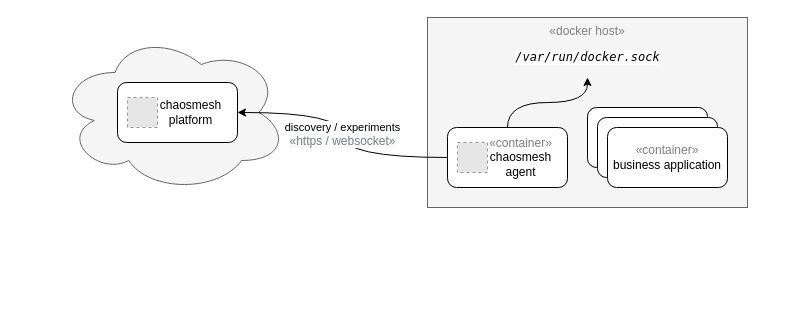
This is content/learn/10-architecture.drawio from steadybit/docs-public, a draw.io file, before an edit. Source tidied: cells renumbered, new cells numbered last; positions are measured from the earlier drawing's top-left corner, leaving out a move shared by most shapes. Both pictures are drawn from the tidied source at 100%, with x=0, y=0 at pixel (57, 17). Pictures stored in the file or linked from it are replaced by grey dashed boxes.
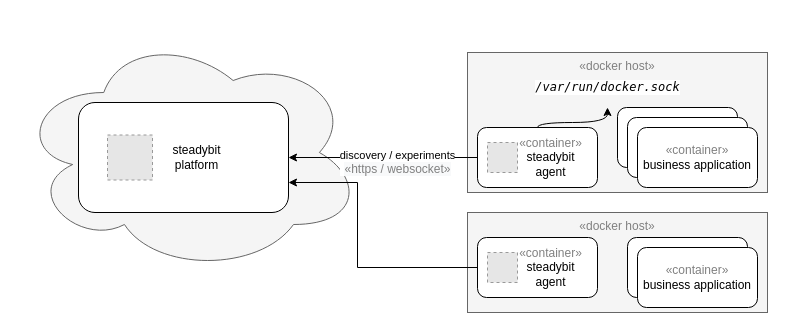
Above is the later version.

The edit, as a diff of the source:
```diff
@@
     <mxCell id="2" value="&lt;font color=&quot;#808080&quot;&gt;«docker host»&lt;/font&gt;" style="rounded=0;whiteSpace=wrap;html=1;fillColor=#f5f5f5;strokeColor=#666666;fontColor=#333333;align=center;verticalAlign=top;" parent="1" vertex="1">
-      <mxGeometry x="370" width="320" height="190" as="geometry" />
+      <mxGeometry x="410" y="35" width="300" height="140" as="geometry" />
     </mxCell>
     <mxCell id="3" style="ellipse;shape=cloud;whiteSpace=wrap;html=1;fillColor=#f5f5f5;strokeColor=#666666;fontColor=#333333;" parent="1" vertex="1">
-      <mxGeometry y="15" width="230" height="160" as="geometry" />
+      <mxGeometry x="-40" y="15" width="345" height="240" as="geometry" />
     </mxCell>
     <mxCell id="4" style="group;" parent="1" vertex="1">
-      <mxGeometry x="60" y="65" width="120" height="60" as="geometry" />
+      <mxGeometry x="20" y="80" width="210" height="110" as="geometry" />
     </mxCell>
-    <mxCell id="5" value="chaosmesh&lt;br&gt;platform" style="rounded=1;whiteSpace=wrap;html=1;spacingLeft=27;" parent="4" vertex="1">
-      <mxGeometry width="120" height="60" as="geometry" />
+    <mxCell id="5" value="steadybit&lt;br&gt;platform" style="rounded=1;whiteSpace=wrap;html=1;spacingLeft=27;" parent="4" vertex="1">
+      <mxGeometry x="1" y="5" width="210" height="110" as="geometry" />
     </mxCell>
     <mxCell id="6" style="fillColor=#E6E6E6;strokeColor=#999999;dashed=1;verticalLabelPosition=bottom;labelBackgroundColor=#ffffff;verticalAlign=top;" parent="4" vertex="1">
-      <mxGeometry x="10" y="15" width="30" height="30" as="geometry" />
+      <mxGeometry x="30" y="37.5" width="45" height="45" as="geometry" />
     </mxCell>
     <mxCell id="7" style="group;" parent="1" vertex="1">
-      <mxGeometry x="530" y="90" width="140" height="80" as="geometry" />
+      <mxGeometry x="560" y="90" width="140" height="80" as="geometry" />
     </mxCell>
@@
     <mxCell id="11" value="&lt;pre style=&quot;background-color: rgb(255, 255, 255); font-family: menlo; font-size: 12px;&quot;&gt;&lt;span style=&quot;font-style: italic; font-size: 12px;&quot;&gt;/var/run/docker.sock&lt;/span&gt;&lt;/pre&gt;" style="text;html=1;align=center;verticalAlign=middle;points=[];fontColor=#000000;spacing=0;fontSize=12;" parent="1" vertex="1">
-      <mxGeometry x="450" y="20" width="160" height="40" as="geometry" />
+      <mxGeometry x="470" y="50" width="160" height="40" as="geometry" />
     </mxCell>
     <mxCell id="12" style="group;" parent="1" vertex="1">
-      <mxGeometry x="390" y="110" width="120" height="60" as="geometry" />
+      <mxGeometry x="420" y="110" width="120" height="60" as="geometry" />
     </mxCell>
-    <mxCell id="13" value="&lt;font color=&quot;#808080&quot;&gt;«container»&lt;/font&gt;&lt;br&gt;chaosmesh&lt;br&gt;agent" style="rounded=1;whiteSpace=wrap;html=1;spacingLeft=27;" parent="12" vertex="1">
+    <mxCell id="13" value="&lt;font color=&quot;#808080&quot;&gt;«container»&lt;/font&gt;&lt;br&gt;steadybit&lt;br&gt;agent" style="rounded=1;whiteSpace=wrap;html=1;spacingLeft=27;" parent="12" vertex="1">
       <mxGeometry width="120" height="60" as="geometry" />
     </mxCell>
@@
-    <mxCell id="15" value="discovery / experiments&lt;br&gt;&lt;span style=&quot;color: rgb(128 , 128 , 128) ; font-size: 12px ; white-space: normal ; background-color: rgb(248 , 249 , 250)&quot;&gt;«https / websocket»&lt;/span&gt;" style="edgeStyle=orthogonalEdgeStyle;rounded=0;jettySize=auto;html=1;fontColor=#000000;curved=1;" parent="1" edge="1" source="13" target="5">
-      <mxGeometry relative="1" as="geometry" />
+    <mxCell id="15" value="discovery / experiments&lt;br&gt;&lt;span style=&quot;color: rgb(128 , 128 , 128) ; font-size: 12px ; white-space: normal ; background-color: rgb(248 , 249 , 250)&quot;&gt;«https / websocket»&lt;/span&gt;" style="edgeStyle=orthogonalEdgeStyle;rounded=0;jettySize=auto;html=1;fontColor=#000000;" parent="1" edge="1" source="13" target="5">
+      <mxGeometry x="-0.15" y="5" relative="1" as="geometry" />
     </mxCell>
     <mxCell id="16" style="edgeStyle=orthogonalEdgeStyle;rounded=0;jettySize=auto;html=1;fontColor=#000000;curved=1;" parent="1" edge="1" source="13" target="11">
-      <mxGeometry relative="1" as="geometry" />
+      <mxGeometry relative="1" as="geometry">
+        <Array as="points">
+          <mxPoint x="480" y="105" />
+          <mxPoint x="550" y="105" />
+        </Array>
+      </mxGeometry>
     </mxCell>
+    <mxCell id="17" value="&lt;font color=&quot;#808080&quot;&gt;«docker host»&lt;/font&gt;" style="rounded=0;whiteSpace=wrap;html=1;fillColor=#f5f5f5;strokeColor=#666666;fontColor=#333333;align=center;verticalAlign=top;" parent="1" vertex="1">
+      <mxGeometry x="410" y="195" width="300" height="100" as="geometry" />
+    </mxCell>
+    <mxCell id="18" style="group;" parent="1" vertex="1">
+      <mxGeometry x="540" y="210" width="140" height="80" as="geometry" />
+    </mxCell>
+    <mxCell id="19" style="rounded=1;whiteSpace=wrap;html=1;" parent="18" vertex="1">
+      <mxGeometry x="30" y="10" width="120" height="60" as="geometry" />
+    </mxCell>
+    <mxCell id="20" value="&lt;font color=&quot;#808080&quot;&gt;«container»&lt;/font&gt;&lt;br&gt;business application" style="rounded=1;whiteSpace=wrap;html=1;" parent="18" vertex="1">
+      <mxGeometry x="40" y="20" width="120" height="60" as="geometry" />
+    </mxCell>
+    <mxCell id="21" style="group;" parent="1" vertex="1">
+      <mxGeometry x="420" y="220" width="120" height="60" as="geometry" />
+    </mxCell>
+    <mxCell id="22" value="&lt;font color=&quot;#808080&quot;&gt;«container»&lt;/font&gt;&lt;br&gt;steadybit&lt;br&gt;agent" style="rounded=1;whiteSpace=wrap;html=1;spacingLeft=27;" parent="21" vertex="1">
+      <mxGeometry width="120" height="60" as="geometry" />
+    </mxCell>
+    <mxCell id="23" style="fillColor=#E6E6E6;strokeColor=#999999;dashed=1;verticalLabelPosition=bottom;labelBackgroundColor=#ffffff;verticalAlign=top;" parent="21" vertex="1">
+      <mxGeometry x="10" y="15" width="30" height="30" as="geometry" />
+    </mxCell>
+    <mxCell id="24" style="edgeStyle=orthogonalEdgeStyle;rounded=0;jettySize=auto;html=1;exitX=0;exitY=0.5;exitDx=0;exitDy=0;" parent="1" edge="1" source="22">
+      <mxGeometry relative="1" as="geometry">
+        <mxPoint x="231" y="165" as="targetPoint" />
+        <Array as="points">
+          <mxPoint x="300" y="250" />
+          <mxPoint x="300" y="165" />
+          <mxPoint x="231" y="165" />
+        </Array>
+      </mxGeometry>
+    </mxCell>
```
